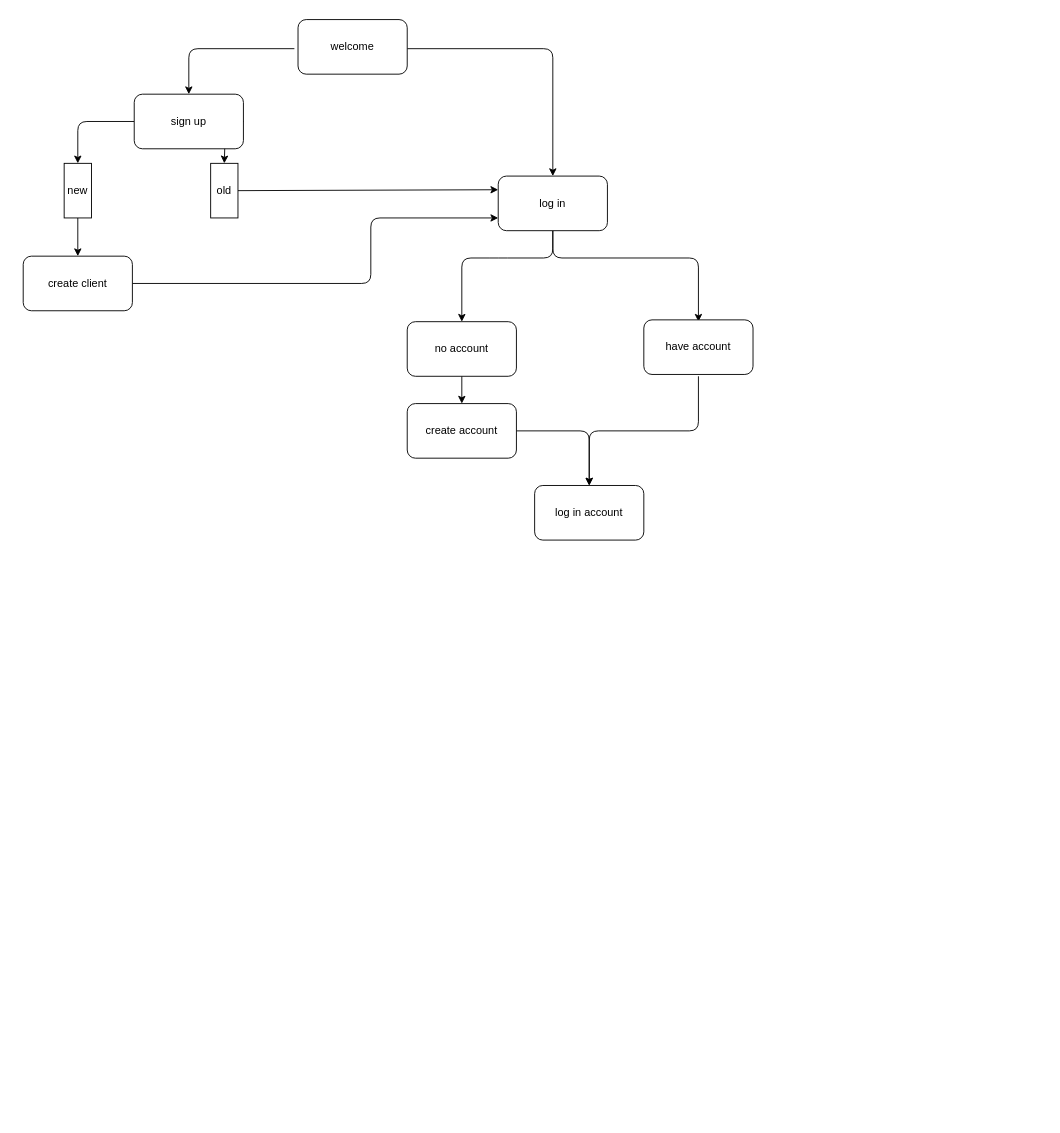
Earlier version of the draw.io diagram planning.drawio (Saadboussof/C_Project_CompteBancaire). Source tidied: cells renumbered, new cells numbered last; positions are measured from the earlier drawing's top-left corner, leaving out a move shared by most shapes. Both pictures are drawn from the tidied source at 91%, with x=0, y=0 at pixel (23, 19).
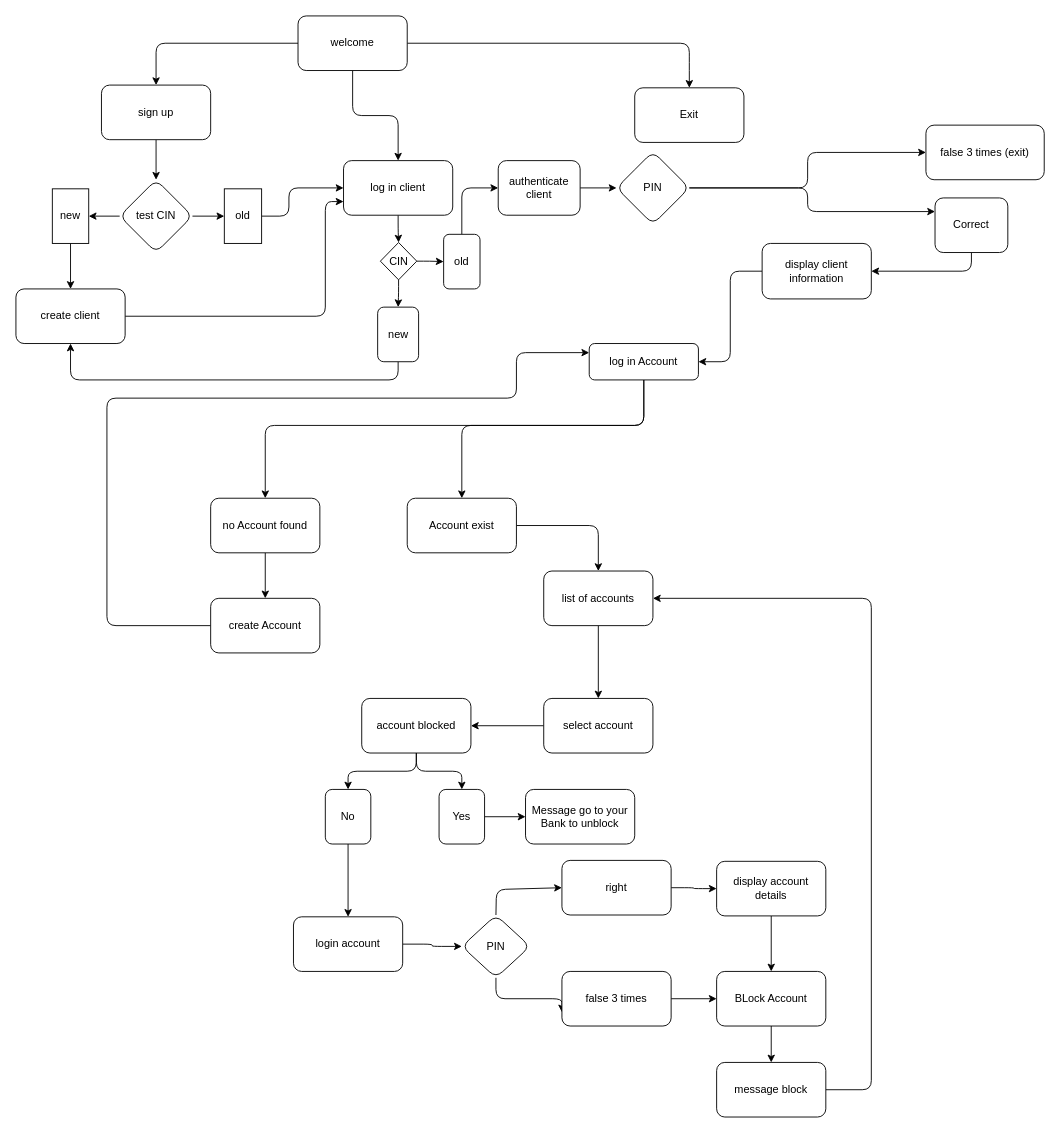
Above is the later version.

The edit, as a diff of the source:
```diff
@@
-    <mxCell id="2" style="edgeStyle=none;html=1;exitX=0;exitY=0.5;exitDx=0;exitDy=0;" parent="1" edge="1" target="11">
+    <mxCell id="2" style="edgeStyle=none;html=1;exitX=0;exitY=0.5;exitDx=0;exitDy=0;entryX=0.5;entryY=0;entryDx=0;entryDy=0;" parent="1" edge="1" source="4" target="11">
       <mxGeometry relative="1" as="geometry">
-        <mxPoint x="298" y="32" as="sourcePoint" />
         <Array as="points">
-          <mxPoint x="182" y="32" />
+          <mxPoint x="146" y="26" />
         </Array>
       </mxGeometry>
     </mxCell>
-    <mxCell id="3" style="edgeStyle=none;html=1;exitX=1;exitY=0.5;exitDx=0;exitDy=0;entryX=0.5;entryY=0;entryDx=0;entryDy=0;" parent="1" edge="1" target="7">
-      <mxGeometry relative="1" as="geometry">
-        <mxPoint x="422" y="32" as="sourcePoint" />
-        <Array as="points">
-          <mxPoint x="582" y="32" />
-        </Array>
-      </mxGeometry>
-    </mxCell>
+    <mxCell id="25" style="edgeStyle=none;html=1;exitX=1;exitY=0.5;exitDx=0;exitDy=0;entryX=0.5;entryY=0;entryDx=0;entryDy=0;" parent="1" edge="1" source="4" target="31">
+      <mxGeometry relative="1" as="geometry">
+        <Array as="points">
+          <mxPoint x="732" y="26" />
+          <mxPoint x="732" y="46" />
+        </Array>
+      </mxGeometry>
+    </mxCell>
+    <mxCell id="26" style="edgeStyle=orthogonalEdgeStyle;html=1;exitX=0.5;exitY=1;exitDx=0;exitDy=0;entryX=0.5;entryY=0;entryDx=0;entryDy=0;" parent="1" edge="1" source="4" target="7">
+      <mxGeometry relative="1" as="geometry" />
+    </mxCell>
     <mxCell id="4" value="welcome" style="rounded=1;whiteSpace=wrap;html=1;" parent="1" vertex="1">
-      <mxGeometry x="302" width="120" height="60" as="geometry" />
+      <mxGeometry x="302" y="-4" width="120" height="60" as="geometry" />
     </mxCell>
-    <mxCell id="5" style="edgeStyle=none;html=1;exitX=0.5;exitY=1;exitDx=0;exitDy=0;entryX=0.5;entryY=0;entryDx=0;entryDy=0;" parent="1" edge="1" source="7" target="21">
-      <mxGeometry relative="1" as="geometry">
-        <Array as="points">
-          <mxPoint x="582" y="262" />
-          <mxPoint x="522" y="262" />
-          <mxPoint x="482" y="262" />
-        </Array>
-      </mxGeometry>
-    </mxCell>
-    <mxCell id="6" style="edgeStyle=none;html=1;exitX=0.5;exitY=1;exitDx=0;exitDy=0;entryX=0.5;entryY=0;entryDx=0;entryDy=0;" parent="1" edge="1" source="7">
-      <mxGeometry relative="1" as="geometry">
-        <mxPoint x="742" y="332" as="targetPoint" />
-        <Array as="points">
-          <mxPoint x="582" y="262" />
-          <mxPoint x="742" y="262" />
-        </Array>
-      </mxGeometry>
-    </mxCell>
+    <mxCell id="27" style="edgeStyle=orthogonalEdgeStyle;html=1;" parent="1" edge="1" source="7" target="79">
+      <mxGeometry relative="1" as="geometry" />
+    </mxCell>
-    <mxCell id="7" value="log in" style="rounded=1;whiteSpace=wrap;html=1;" parent="1" vertex="1">
-      <mxGeometry x="522" y="172" width="120" height="60" as="geometry" />
+    <mxCell id="7" value="log in client" style="rounded=1;whiteSpace=wrap;html=1;" parent="1" vertex="1">
+      <mxGeometry x="352" y="155" width="120" height="60" as="geometry" />
     </mxCell>
@@
-    <mxCell id="9" style="edgeStyle=none;html=1;exitX=0;exitY=0.5;exitDx=0;exitDy=0;entryX=0.5;entryY=0;entryDx=0;entryDy=0;" parent="1" edge="1" source="11" target="13">
-      <mxGeometry relative="1" as="geometry">
-        <Array as="points">
-          <mxPoint x="60" y="112" />
-        </Array>
-      </mxGeometry>
-    </mxCell>
-    <mxCell id="10" style="edgeStyle=none;html=1;exitX=1;exitY=0.5;exitDx=0;exitDy=0;entryX=0.5;entryY=0;entryDx=0;entryDy=0;" parent="1" edge="1" source="11" target="15">
-      <mxGeometry relative="1" as="geometry">
-        <Array as="points">
-          <mxPoint x="222" y="122" />
-        </Array>
-      </mxGeometry>
-    </mxCell>
+    <mxCell id="28" style="edgeStyle=none;html=1;" parent="1" edge="1" source="11" target="45">
+      <mxGeometry relative="1" as="geometry" />
+    </mxCell>
     <mxCell id="11" value="sign up" style="rounded=1;whiteSpace=wrap;html=1;" parent="1" vertex="1">
-      <mxGeometry x="122" y="82" width="120" height="60" as="geometry" />
+      <mxGeometry x="86" y="72" width="120" height="60" as="geometry" />
     </mxCell>
@@
     <mxCell id="13" value="new" style="rounded=0;whiteSpace=wrap;html=1;" parent="1" vertex="1">
-      <mxGeometry x="45" y="158" width="30" height="60" as="geometry" />
+      <mxGeometry x="32" y="186" width="40" height="60" as="geometry" />
     </mxCell>
-    <mxCell id="14" style="edgeStyle=none;html=1;exitX=1;exitY=0.5;exitDx=0;exitDy=0;entryX=0;entryY=0.25;entryDx=0;entryDy=0;" parent="1" edge="1" source="15" target="7">
-      <mxGeometry relative="1" as="geometry" />
+    <mxCell id="14" style="edgeStyle=none;html=1;exitX=1;exitY=0.5;exitDx=0;exitDy=0;entryX=0;entryY=0.5;entryDx=0;entryDy=0;" parent="1" edge="1" source="15" target="7">
+      <mxGeometry relative="1" as="geometry">
+        <Array as="points">
+          <mxPoint x="292" y="216" />
+          <mxPoint x="292" y="185" />
+        </Array>
+      </mxGeometry>
     </mxCell>
     <mxCell id="15" value="old" style="rounded=0;whiteSpace=wrap;html=1;" parent="1" vertex="1">
-      <mxGeometry x="206" y="158" width="30" height="60" as="geometry" />
+      <mxGeometry x="221" y="186" width="41" height="60" as="geometry" />
     </mxCell>
-    <mxCell id="16" style="edgeStyle=none;html=1;entryX=0;entryY=0.75;entryDx=0;entryDy=0;exitX=1;exitY=0.5;exitDx=0;exitDy=0;" parent="1" edge="1" source="17">
-      <mxGeometry relative="1" as="geometry">
-        <mxPoint x="522" y="218" as="targetPoint" />
-        <Array as="points">
-          <mxPoint x="382" y="290" />
-          <mxPoint x="382" y="218" />
-        </Array>
-      </mxGeometry>
-    </mxCell>
+    <mxCell id="29" style="edgeStyle=none;html=1;exitX=1;exitY=0.5;exitDx=0;exitDy=0;entryX=0;entryY=0.75;entryDx=0;entryDy=0;" parent="1" edge="1" source="17" target="7">
+      <mxGeometry relative="1" as="geometry">
+        <Array as="points">
+          <mxPoint x="332" y="326" />
+          <mxPoint x="332" y="200" />
+        </Array>
+      </mxGeometry>
+    </mxCell>
     <mxCell id="17" value="create client" style="rounded=1;whiteSpace=wrap;html=1;" parent="1" vertex="1">
-      <mxGeometry y="260" width="120" height="60" as="geometry" />
+      <mxGeometry x="-8" y="296" width="120" height="60" as="geometry" />
     </mxCell>
-    <mxCell id="18" style="edgeStyle=none;html=1;entryX=0.5;entryY=0;entryDx=0;entryDy=0;" parent="1" edge="1" target="24">
-      <mxGeometry relative="1" as="geometry">
-        <mxPoint x="742" y="392" as="sourcePoint" />
-        <Array as="points">
-          <mxPoint x="742" y="452" />
-          <mxPoint x="622" y="452" />
-        </Array>
-      </mxGeometry>
-    </mxCell>
-    <mxCell id="19" value="have account" style="rounded=1;whiteSpace=wrap;html=1;" parent="1" vertex="1">
-      <mxGeometry x="682" y="330" width="120" height="60" as="geometry" />
-    </mxCell>
-    <mxCell id="20" style="edgeStyle=none;html=1;exitX=0.5;exitY=1;exitDx=0;exitDy=0;entryX=0.5;entryY=0;entryDx=0;entryDy=0;" parent="1" edge="1" source="21" target="23">
-      <mxGeometry relative="1" as="geometry" />
-    </mxCell>
-    <mxCell id="21" value="no account" style="rounded=1;whiteSpace=wrap;html=1;" parent="1" vertex="1">
-      <mxGeometry x="422" y="332" width="120" height="60" as="geometry" />
-    </mxCell>
     <mxCell id="22" style="edgeStyle=none;html=1;entryX=0.5;entryY=0;entryDx=0;entryDy=0;" parent="1" edge="1" source="23" target="24">
       <mxGeometry relative="1" as="geometry">
         <Array as="points">
-          <mxPoint x="622" y="452" />
+          <mxPoint x="632" y="556" />
         </Array>
       </mxGeometry>
     </mxCell>
-    <mxCell id="23" value="create account" style="rounded=1;whiteSpace=wrap;html=1;" parent="1" vertex="1">
-      <mxGeometry x="422" y="422" width="120" height="60" as="geometry" />
+    <mxCell id="23" value="Account exist" style="rounded=1;whiteSpace=wrap;html=1;" parent="1" vertex="1">
+      <mxGeometry x="422" y="526" width="120" height="60" as="geometry" />
     </mxCell>
+    <mxCell id="30" style="edgeStyle=none;html=1;" parent="1" edge="1" source="24" target="33">
+      <mxGeometry relative="1" as="geometry" />
+    </mxCell>
-    <mxCell id="24" value="log in account" style="rounded=1;whiteSpace=wrap;html=1;" parent="1" vertex="1">
-      <mxGeometry x="562" y="512" width="120" height="60" as="geometry" />
+    <mxCell id="24" value="list of accounts" style="rounded=1;whiteSpace=wrap;html=1;" parent="1" vertex="1">
+      <mxGeometry x="572" y="606" width="120" height="60" as="geometry" />
     </mxCell>
+    <mxCell id="31" value="Exit" style="whiteSpace=wrap;html=1;rounded=1;" parent="1" vertex="1">
+      <mxGeometry x="672" y="75" width="120" height="60" as="geometry" />
+    </mxCell>
+    <mxCell id="32" style="edgeStyle=none;html=1;" parent="1" edge="1" source="33" target="36">
+      <mxGeometry relative="1" as="geometry" />
+    </mxCell>
+    <mxCell id="33" value="select account" style="whiteSpace=wrap;html=1;rounded=1;" parent="1" vertex="1">
+      <mxGeometry x="572" y="746" width="120" height="60" as="geometry" />
+    </mxCell>
+    <mxCell id="34" style="edgeStyle=none;html=1;" parent="1" edge="1" source="36" target="38">
+      <mxGeometry relative="1" as="geometry">
+        <Array as="points">
+          <mxPoint x="432" y="826" />
+          <mxPoint x="357" y="826" />
+        </Array>
+      </mxGeometry>
+    </mxCell>
+    <mxCell id="35" style="edgeStyle=none;html=1;exitX=0.5;exitY=1;exitDx=0;exitDy=0;" parent="1" edge="1" source="36" target="40">
+      <mxGeometry relative="1" as="geometry">
+        <Array as="points">
+          <mxPoint x="432" y="826" />
+          <mxPoint x="482" y="826" />
+        </Array>
+      </mxGeometry>
+    </mxCell>
+    <mxCell id="36" value="account blocked" style="whiteSpace=wrap;html=1;rounded=1;" parent="1" vertex="1">
+      <mxGeometry x="372" y="746" width="120" height="60" as="geometry" />
+    </mxCell>
+    <mxCell id="37" style="edgeStyle=none;html=1;" parent="1" edge="1" source="38" target="42">
+      <mxGeometry relative="1" as="geometry" />
+    </mxCell>
+    <mxCell id="38" value="No" style="whiteSpace=wrap;html=1;rounded=1;" parent="1" vertex="1">
+      <mxGeometry x="332" y="846" width="50" height="60" as="geometry" />
+    </mxCell>
+    <mxCell id="39" style="edgeStyle=none;html=1;" parent="1" edge="1" source="40" target="82">
+      <mxGeometry relative="1" as="geometry" />
+    </mxCell>
+    <mxCell id="40" value="Yes" style="whiteSpace=wrap;html=1;rounded=1;" parent="1" vertex="1">
+      <mxGeometry x="457" y="846" width="50" height="60" as="geometry" />
+    </mxCell>
+    <mxCell id="41" style="edgeStyle=orthogonalEdgeStyle;html=1;" parent="1" edge="1" source="42" target="70">
+      <mxGeometry relative="1" as="geometry" />
+    </mxCell>
+    <mxCell id="42" value="login account" style="whiteSpace=wrap;html=1;rounded=1;" parent="1" vertex="1">
+      <mxGeometry x="297" y="986" width="120" height="60" as="geometry" />
+    </mxCell>
+    <mxCell id="43" style="edgeStyle=none;html=1;exitX=0;exitY=0.5;exitDx=0;exitDy=0;entryX=1;entryY=0.5;entryDx=0;entryDy=0;" parent="1" edge="1" source="45" target="13">
+      <mxGeometry relative="1" as="geometry" />
+    </mxCell>
+    <mxCell id="44" style="edgeStyle=none;html=1;exitX=1;exitY=0.5;exitDx=0;exitDy=0;entryX=0;entryY=0.5;entryDx=0;entryDy=0;" parent="1" edge="1" source="45" target="15">
+      <mxGeometry relative="1" as="geometry" />
+    </mxCell>
+    <mxCell id="45" value="test CIN" style="rhombus;whiteSpace=wrap;html=1;rounded=1;" parent="1" vertex="1">
+      <mxGeometry x="106" y="176" width="80" height="80" as="geometry" />
+    </mxCell>
+    <mxCell id="46" style="edgeStyle=none;html=1;entryX=0.5;entryY=1;entryDx=0;entryDy=0;exitX=0.5;exitY=1;exitDx=0;exitDy=0;" parent="1" edge="1" source="47" target="17">
+      <mxGeometry relative="1" as="geometry">
+        <Array as="points">
+          <mxPoint x="412" y="396" />
+          <mxPoint x="52" y="396" />
+        </Array>
+      </mxGeometry>
+    </mxCell>
+    <mxCell id="47" value="new" style="whiteSpace=wrap;html=1;rounded=1;" parent="1" vertex="1">
+      <mxGeometry x="389.5" y="316" width="45" height="60" as="geometry" />
+    </mxCell>
+    <mxCell id="48" style="edgeStyle=none;html=1;exitX=1;exitY=0.5;exitDx=0;exitDy=0;entryX=1;entryY=0.5;entryDx=0;entryDy=0;" parent="1" edge="1" source="83" target="24">
+      <mxGeometry relative="1" as="geometry">
+        <Array as="points">
+          <mxPoint x="932" y="1176" />
+          <mxPoint x="932" y="636" />
+        </Array>
+      </mxGeometry>
+    </mxCell>
+    <mxCell id="49" style="edgeStyle=none;html=1;" parent="1" edge="1" source="50" target="83">
+      <mxGeometry relative="1" as="geometry" />
+    </mxCell>
+    <mxCell id="50" value="BLock Account" style="whiteSpace=wrap;html=1;rounded=1;" parent="1" vertex="1">
+      <mxGeometry x="762" y="1046" width="120" height="60" as="geometry" />
+    </mxCell>
+    <mxCell id="51" style="edgeStyle=none;html=1;" parent="1" edge="1" source="52" target="54">
+      <mxGeometry relative="1" as="geometry" />
+    </mxCell>
+    <mxCell id="52" value="no Account found" style="whiteSpace=wrap;html=1;rounded=1;" parent="1" vertex="1">
+      <mxGeometry x="206" y="526" width="120" height="60" as="geometry" />
+    </mxCell>
+    <mxCell id="53" style="html=1;exitX=0;exitY=0.5;exitDx=0;exitDy=0;entryX=0;entryY=0.25;entryDx=0;entryDy=0;" parent="1" edge="1" source="54" target="59">
+      <mxGeometry relative="1" as="geometry">
+        <Array as="points">
+          <mxPoint x="92" y="666" />
+          <mxPoint x="92" y="416" />
+          <mxPoint x="542" y="416" />
+          <mxPoint x="542" y="366" />
+        </Array>
+      </mxGeometry>
+    </mxCell>
+    <mxCell id="54" value="create Account" style="whiteSpace=wrap;html=1;rounded=1;" parent="1" vertex="1">
+      <mxGeometry x="206" y="636" width="120" height="60" as="geometry" />
+    </mxCell>
+    <mxCell id="55" style="edgeStyle=orthogonalEdgeStyle;html=1;exitX=0;exitY=0.5;exitDx=0;exitDy=0;entryX=1;entryY=0.5;entryDx=0;entryDy=0;" parent="1" edge="1" source="56" target="59">
+      <mxGeometry relative="1" as="geometry" />
+    </mxCell>
+    <mxCell id="56" value="display client information" style="whiteSpace=wrap;html=1;rounded=1;" parent="1" vertex="1">
+      <mxGeometry x="812" y="246" width="120" height="61" as="geometry" />
+    </mxCell>
+    <mxCell id="57" style="edgeStyle=orthogonalEdgeStyle;html=1;exitX=0.5;exitY=1;exitDx=0;exitDy=0;" parent="1" edge="1" source="59" target="52">
+      <mxGeometry relative="1" as="geometry">
+        <Array as="points">
+          <mxPoint x="682" y="446" />
+          <mxPoint x="266" y="446" />
+        </Array>
+      </mxGeometry>
+    </mxCell>
+    <mxCell id="58" style="edgeStyle=orthogonalEdgeStyle;html=1;exitX=0.5;exitY=1;exitDx=0;exitDy=0;entryX=0.5;entryY=0;entryDx=0;entryDy=0;" parent="1" edge="1" source="59" target="23">
+      <mxGeometry relative="1" as="geometry">
+        <Array as="points">
+          <mxPoint x="682" y="446" />
+          <mxPoint x="482" y="446" />
+        </Array>
+      </mxGeometry>
+    </mxCell>
+    <mxCell id="59" value="log in Account" style="rounded=1;whiteSpace=wrap;html=1;" parent="1" vertex="1">
+      <mxGeometry x="622" y="356" width="120" height="40" as="geometry" />
+    </mxCell>
+    <mxCell id="60" style="edgeStyle=orthogonalEdgeStyle;html=1;" parent="1" edge="1" source="61" target="64">
+      <mxGeometry relative="1" as="geometry" />
+    </mxCell>
+    <mxCell id="61" value="authenticate client" style="whiteSpace=wrap;html=1;rounded=1;" parent="1" vertex="1">
+      <mxGeometry x="522" y="155" width="90" height="60" as="geometry" />
+    </mxCell>
+    <mxCell id="62" style="edgeStyle=orthogonalEdgeStyle;html=1;" parent="1" edge="1" source="64" target="66">
+      <mxGeometry relative="1" as="geometry">
+        <Array as="points">
+          <mxPoint x="862" y="185" />
+          <mxPoint x="862" y="211" />
+        </Array>
+      </mxGeometry>
+    </mxCell>
+    <mxCell id="63" style="edgeStyle=orthogonalEdgeStyle;html=1;" parent="1" edge="1" source="64" target="67">
+      <mxGeometry relative="1" as="geometry">
+        <Array as="points">
+          <mxPoint x="862" y="185" />
+          <mxPoint x="862" y="146" />
+        </Array>
+      </mxGeometry>
+    </mxCell>
+    <mxCell id="64" value="PIN" style="rhombus;whiteSpace=wrap;html=1;rounded=1;" parent="1" vertex="1">
+      <mxGeometry x="652" y="145" width="80" height="80" as="geometry" />
+    </mxCell>
+    <mxCell id="65" style="edgeStyle=orthogonalEdgeStyle;html=1;exitX=0.5;exitY=1;exitDx=0;exitDy=0;entryX=1;entryY=0.5;entryDx=0;entryDy=0;" parent="1" edge="1" source="66" target="56">
+      <mxGeometry relative="1" as="geometry" />
+    </mxCell>
+    <mxCell id="66" value="Correct" style="whiteSpace=wrap;html=1;rounded=1;" parent="1" vertex="1">
+      <mxGeometry x="1002" y="196" width="80" height="60" as="geometry" />
+    </mxCell>
+    <mxCell id="67" value="false 3 times (exit)" style="whiteSpace=wrap;html=1;rounded=1;" parent="1" vertex="1">
+      <mxGeometry x="992" y="116" width="130" height="60" as="geometry" />
+    </mxCell>
+    <mxCell id="68" style="edgeStyle=orthogonalEdgeStyle;html=1;exitX=0.5;exitY=1;exitDx=0;exitDy=0;entryX=0;entryY=0.75;entryDx=0;entryDy=0;" parent="1" edge="1" source="70" target="72">
+      <mxGeometry relative="1" as="geometry">
+        <Array as="points">
+          <mxPoint x="520" y="1076" />
+          <mxPoint x="592" y="1076" />
+        </Array>
+      </mxGeometry>
+    </mxCell>
+    <mxCell id="69" style="edgeStyle=none;html=1;exitX=0.5;exitY=0;exitDx=0;exitDy=0;entryX=0;entryY=0.5;entryDx=0;entryDy=0;" parent="1" edge="1" source="70" target="74">
+      <mxGeometry relative="1" as="geometry">
+        <Array as="points">
+          <mxPoint x="520" y="956" />
+        </Array>
+      </mxGeometry>
+    </mxCell>
+    <mxCell id="70" value="PIN" style="rhombus;whiteSpace=wrap;html=1;rounded=1;" parent="1" vertex="1">
+      <mxGeometry x="482" y="984" width="75" height="69" as="geometry" />
+    </mxCell>
+    <mxCell id="71" style="edgeStyle=orthogonalEdgeStyle;html=1;" parent="1" edge="1" source="72" target="50">
+      <mxGeometry relative="1" as="geometry" />
+    </mxCell>
+    <mxCell id="72" value="false 3 times" style="whiteSpace=wrap;html=1;rounded=1;" parent="1" vertex="1">
+      <mxGeometry x="592" y="1046" width="120" height="60" as="geometry" />
+    </mxCell>
+    <mxCell id="73" style="edgeStyle=orthogonalEdgeStyle;html=1;" parent="1" edge="1" source="74" target="76">
+      <mxGeometry relative="1" as="geometry" />
+    </mxCell>
+    <mxCell id="74" value="right" style="whiteSpace=wrap;html=1;rounded=1;" parent="1" vertex="1">
+      <mxGeometry x="592" y="924" width="120" height="60" as="geometry" />
+    </mxCell>
+    <mxCell id="75" style="edgeStyle=none;html=1;" parent="1" edge="1" source="76" target="50">
+      <mxGeometry relative="1" as="geometry" />
+    </mxCell>
+    <mxCell id="76" value="display account details" style="whiteSpace=wrap;html=1;rounded=1;" parent="1" vertex="1">
+      <mxGeometry x="762" y="925" width="120" height="60" as="geometry" />
+    </mxCell>
+    <mxCell id="77" style="edgeStyle=orthogonalEdgeStyle;html=1;" parent="1" edge="1" source="79" target="47">
+      <mxGeometry relative="1" as="geometry" />
+    </mxCell>
+    <mxCell id="78" style="edgeStyle=orthogonalEdgeStyle;html=1;" parent="1" edge="1" source="79" target="81">
+      <mxGeometry relative="1" as="geometry" />
+    </mxCell>
+    <mxCell id="79" value="CIN" style="rhombus;whiteSpace=wrap;html=1;" parent="1" vertex="1">
+      <mxGeometry x="392.5" y="245" width="40" height="41" as="geometry" />
+    </mxCell>
+    <mxCell id="80" style="edgeStyle=orthogonalEdgeStyle;html=1;exitX=0.5;exitY=0;exitDx=0;exitDy=0;entryX=0;entryY=0.5;entryDx=0;entryDy=0;" parent="1" edge="1" source="81" target="61">
+      <mxGeometry relative="1" as="geometry" />
+    </mxCell>
+    <mxCell id="81" value="old" style="rounded=1;whiteSpace=wrap;html=1;" parent="1" vertex="1">
+      <mxGeometry x="462" y="236" width="40" height="60" as="geometry" />
+    </mxCell>
+    <mxCell id="82" value="Message go to your Bank to unblock" style="whiteSpace=wrap;html=1;rounded=1;" parent="1" vertex="1">
+      <mxGeometry x="552" y="846" width="120" height="60" as="geometry" />
+    </mxCell>
+    <mxCell id="83" value="message block" style="whiteSpace=wrap;html=1;rounded=1;" parent="1" vertex="1">
+      <mxGeometry x="762" y="1146" width="120" height="60" as="geometry" />
+    </mxCell>
```
